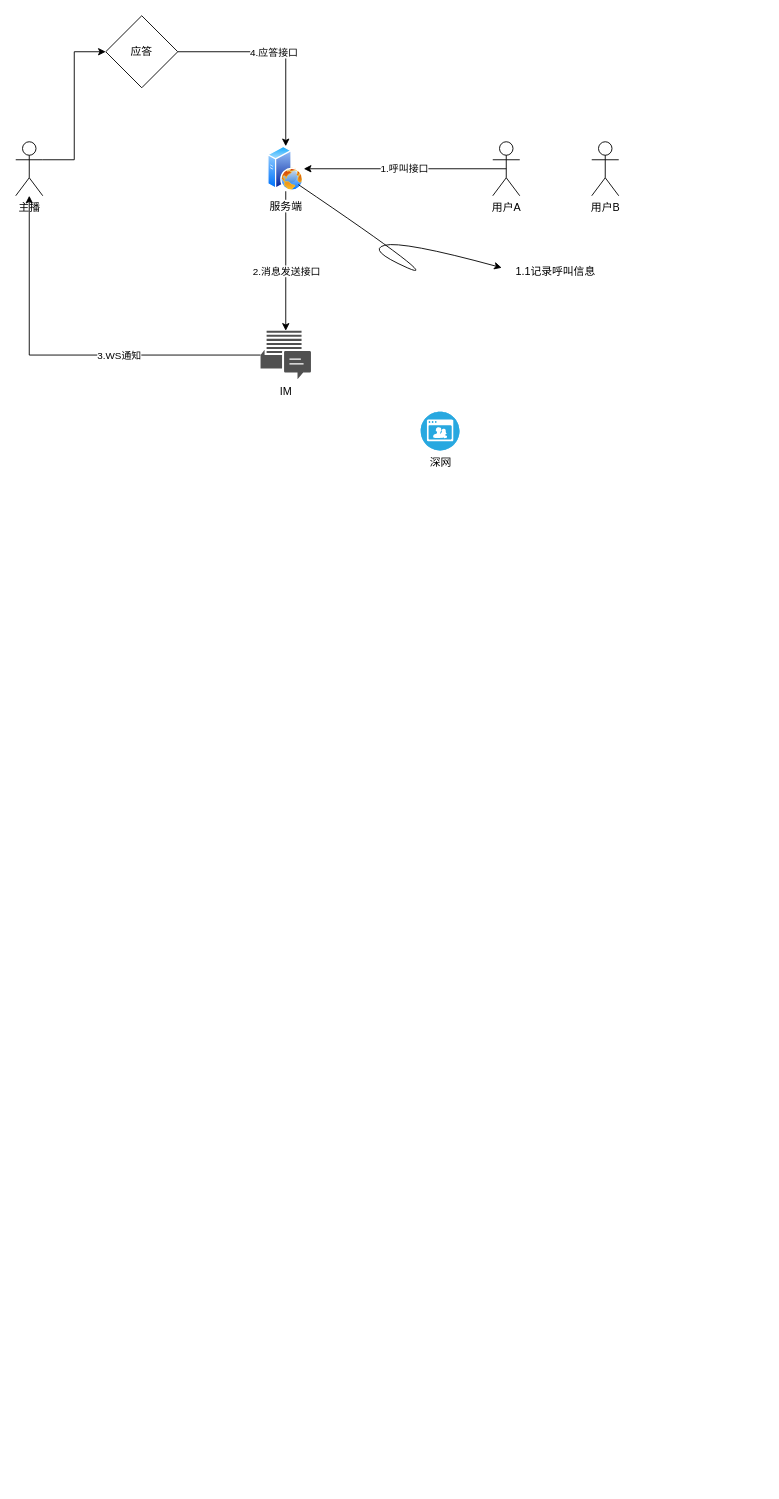
Earlier version of the draw.io diagram LiveTV.drawio (yiuked/diagram). Source tidied: cells renumbered, new cells numbered last; positions are measured from the earlier drawing's top-left corner, leaving out a move shared by most shapes. Both pictures are drawn from the tidied source at 90%, with x=0, y=0 at pixel (15, 15).
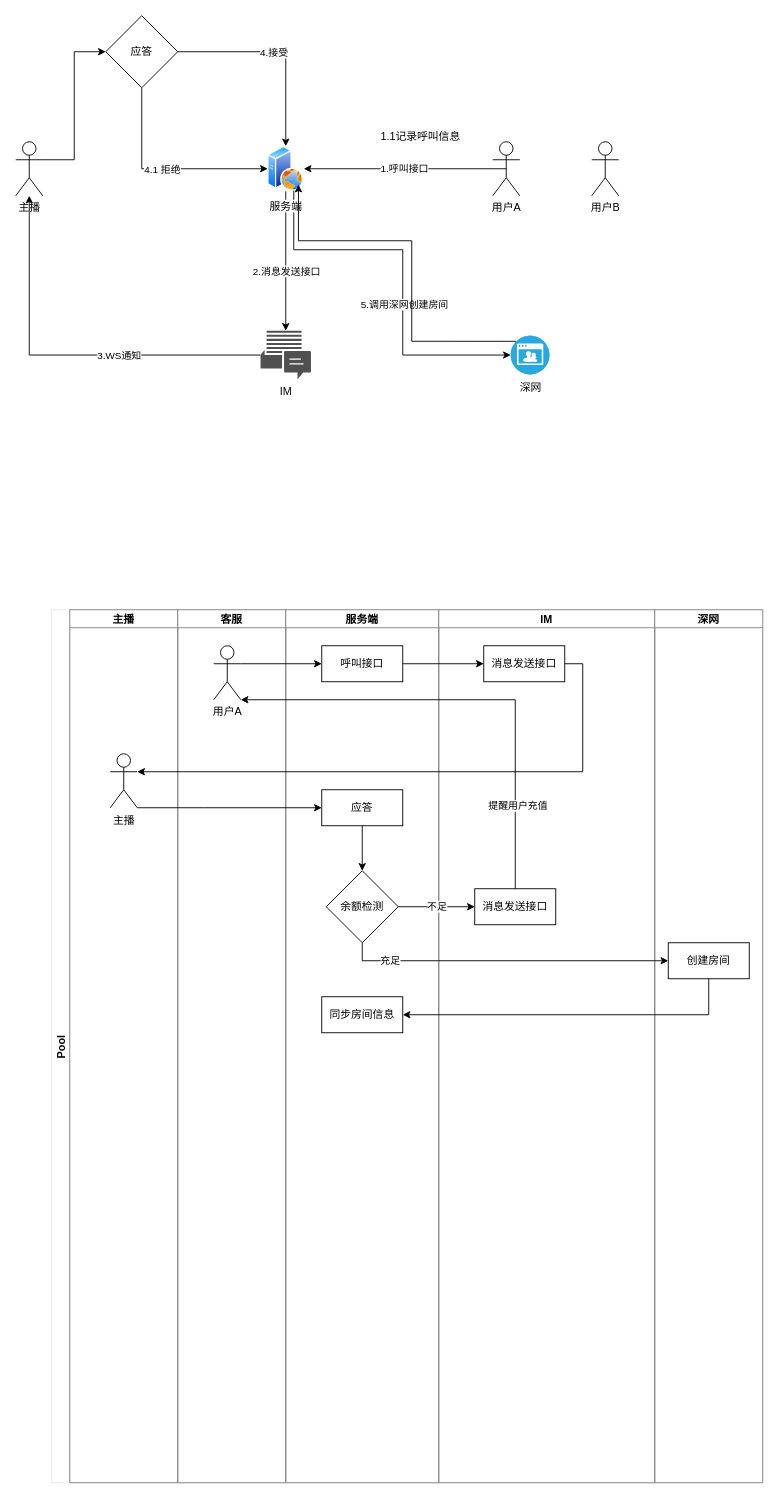
Above is the later version.

Unchanged cells that the change refers to:
```xml
<mxCell id="8" value="服务端" style="perimeter=ellipsePerimeter;html=1;align=center;shadow=0;dashed=0;spacingTop=3;image;image=img/lib/active_directory/web_server.svg;" parent="1" vertex="1">
  <mxGeometry x="280" y="145" width="40" height="50" as="geometry" />
</mxCell>
<mxCell id="14" style="edgeStyle=orthogonalEdgeStyle;rounded=0;jettySize=auto;html=1;exitX=1;exitY=0.5;exitDx=0;exitDy=0;entryX=0.5;entryY=0;entryDx=0;entryDy=0;" parent="1" edge="1" source="16" target="8">
  <mxGeometry relative="1" as="geometry" />
</mxCell>
<mxCell id="16" value="应答" style="rhombus;whiteSpace=wrap;html=1;" parent="1" vertex="1">
  <mxGeometry x="100" width="80" height="80" as="geometry" />
</mxCell>
```

What changed in the source:
```diff
@@
+    <mxCell id="19" style="edgeStyle=orthogonalEdgeStyle;rounded=0;jettySize=auto;html=1;exitX=0.75;exitY=1;exitDx=0;exitDy=0;entryX=0;entryY=0.5;entryDx=0;entryDy=0;entryPerimeter=0;" parent="1" edge="1" source="8" target="9">
+      <mxGeometry relative="1" as="geometry">
+        <Array as="points">
+          <mxPoint x="309" y="260" />
+          <mxPoint x="430" y="260" />
+          <mxPoint x="430" y="377" />
+        </Array>
+      </mxGeometry>
+    </mxCell>
+    <mxCell id="20" value="5.调用深网创建房间" style="edgeLabel;html=1;align=center;verticalAlign=middle;" parent="19" vertex="1">
+      <mxGeometry x="-0.45" y="-1" relative="1" as="geometry">
+        <mxPoint x="73" y="59" as="offset" />
+      </mxGeometry>
+    </mxCell>
@@
+    <mxCell id="21" style="edgeStyle=orthogonalEdgeStyle;rounded=0;jettySize=auto;html=1;exitX=0.145;exitY=0.145;exitDx=0;exitDy=0;exitPerimeter=0;entryX=1;entryY=1;entryDx=0;entryDy=0;" parent="1" edge="1" source="9" target="8">
+      <mxGeometry relative="1" as="geometry">
+        <Array as="points">
+          <mxPoint x="440" y="362" />
+          <mxPoint x="440" y="250" />
+          <mxPoint x="314" y="250" />
+        </Array>
+      </mxGeometry>
+    </mxCell>
     <mxCell id="9" value="深网" style="fillColor=#28A8E0;verticalLabelPosition=bottom;sketch=0;html=1;strokeColor=#ffffff;verticalAlign=top;align=center;points=[[0.145,0.145,0],[0.5,0,0],[0.855,0.145,0],[1,0.5,0],[0.855,0.855,0],[0.5,1,0],[0.145,0.855,0],[0,0.5,0]];shape=mxgraph.cisco_safe.compositeIcon;bgIcon=ellipse;resIcon=mxgraph.cisco_safe.capability.video;" parent="1" vertex="1">
-      <mxGeometry x="450" y="440" width="43" height="43" as="geometry" />
+      <mxGeometry x="550" y="355.5" width="43" height="43" as="geometry" />
     </mxCell>
@@
-    <mxCell id="15" value="4.应答接口" style="edgeLabel;html=1;align=center;verticalAlign=middle;" parent="14" vertex="1">
+    <mxCell id="15" value="4.接受" style="edgeLabel;html=1;align=center;verticalAlign=middle;" parent="14" vertex="1">
       <mxGeometry x="-0.06" relative="1" as="geometry" />
     </mxCell>
+    <mxCell id="22" style="edgeStyle=orthogonalEdgeStyle;rounded=0;jettySize=auto;html=1;exitX=0.5;exitY=1;exitDx=0;exitDy=0;entryX=0;entryY=0.5;entryDx=0;entryDy=0;" parent="1" edge="1" source="16" target="8">
+      <mxGeometry relative="1" as="geometry" />
+    </mxCell>
+    <mxCell id="23" value="4.1&amp;nbsp;拒绝" style="edgeLabel;html=1;align=center;verticalAlign=middle;" parent="22" vertex="1">
+      <mxGeometry x="-0.03" relative="1" as="geometry" />
+    </mxCell>
@@
-    <mxCell id="17" style="curved=1;endArrow=classic;html=1;rounded=0;exitX=1;exitY=1;exitDx=0;exitDy=0;" parent="1" edge="1" source="8">
-      <mxGeometry relative="1" as="geometry">
-        <mxPoint x="540" y="280" as="targetPoint" />
-        <Array as="points">
-          <mxPoint x="480" y="300" />
-          <mxPoint x="390" y="260" />
-          <mxPoint x="430" y="250" />
-        </Array>
-      </mxGeometry>
-    </mxCell>
     <mxCell id="18" value="1.1记录呼叫信息" style="text;html=1;strokeColor=none;fillColor=none;align=center;verticalAlign=middle;whiteSpace=wrap;rounded=0;" parent="1" vertex="1">
-      <mxGeometry x="550" y="270" width="100" height="30" as="geometry" />
+      <mxGeometry x="400" y="120" width="100" height="30" as="geometry" />
     </mxCell>
+    <mxCell id="24" value="Pool" style="swimlane;startSize=20;horizontal=0;strokeColor=#E6E6E6;" parent="1" vertex="1">
+      <mxGeometry x="40" y="660" width="790" height="970" as="geometry" />
+    </mxCell>
+    <mxCell id="25" value="主播" style="swimlane;startSize=20;strokeColor=#808080;" parent="24" vertex="1">
+      <mxGeometry x="20" width="120" height="970" as="geometry" />
+    </mxCell>
+    <mxCell id="26" value="主播" style="shape=umlActor;verticalLabelPosition=bottom;verticalAlign=top;html=1;outlineConnect=0;" parent="25" vertex="1">
+      <mxGeometry x="45" y="160" width="30" height="60" as="geometry" />
+    </mxCell>
+    <mxCell id="27" value="客服" style="swimlane;startSize=20;strokeColor=#808080;" parent="24" vertex="1">
+      <mxGeometry x="140" width="120" height="970" as="geometry" />
+    </mxCell>
+    <mxCell id="28" value="用户A" style="shape=umlActor;verticalLabelPosition=bottom;verticalAlign=top;html=1;outlineConnect=0;" parent="27" vertex="1">
+      <mxGeometry x="40" y="40" width="30" height="60" as="geometry" />
+    </mxCell>
+    <mxCell id="29" value="服务端" style="swimlane;startSize=20;strokeColor=#808080;" parent="24" vertex="1">
+      <mxGeometry x="260" width="170" height="970" as="geometry" />
+    </mxCell>
+    <mxCell id="30" value="呼叫接口" style="rounded=0;whiteSpace=wrap;html=1;" parent="29" vertex="1">
+      <mxGeometry x="40" y="40" width="90" height="40" as="geometry" />
+    </mxCell>
+    <mxCell id="31" style="edgeStyle=orthogonalEdgeStyle;rounded=0;jettySize=auto;html=1;exitX=0.5;exitY=1;exitDx=0;exitDy=0;entryX=0.5;entryY=0;entryDx=0;entryDy=0;" parent="29" edge="1" source="32" target="33">
+      <mxGeometry relative="1" as="geometry" />
+    </mxCell>
+    <mxCell id="32" value="应答" style="rounded=0;whiteSpace=wrap;html=1;" parent="29" vertex="1">
+      <mxGeometry x="40" y="200" width="90" height="40" as="geometry" />
+    </mxCell>
+    <mxCell id="33" value="余额检测" style="rhombus;whiteSpace=wrap;html=1;" parent="29" vertex="1">
+      <mxGeometry x="45" y="290" width="80" height="80" as="geometry" />
+    </mxCell>
+    <mxCell id="34" value="同步房间信息" style="rounded=0;whiteSpace=wrap;html=1;" parent="29" vertex="1">
+      <mxGeometry x="40" y="430" width="90" height="40" as="geometry" />
+    </mxCell>
+    <mxCell id="35" value="IM" style="swimlane;startSize=20;strokeColor=#808080;" parent="24" vertex="1">
+      <mxGeometry x="430" width="240" height="970" as="geometry" />
+    </mxCell>
+    <mxCell id="36" value="消息发送接口" style="rounded=0;whiteSpace=wrap;html=1;" parent="35" vertex="1">
+      <mxGeometry x="50" y="40" width="90" height="40" as="geometry" />
+    </mxCell>
+    <mxCell id="37" value="消息发送接口" style="rounded=0;whiteSpace=wrap;html=1;" parent="35" vertex="1">
+      <mxGeometry x="40" y="310" width="90" height="40" as="geometry" />
+    </mxCell>
+    <mxCell id="38" value="深网" style="swimlane;startSize=20;strokeColor=#808080;" parent="24" vertex="1">
+      <mxGeometry x="670" width="120" height="970" as="geometry" />
+    </mxCell>
+    <mxCell id="39" value="创建房间" style="rounded=0;whiteSpace=wrap;html=1;" parent="38" vertex="1">
+      <mxGeometry x="15" y="370" width="90" height="40" as="geometry" />
+    </mxCell>
+    <mxCell id="40" style="edgeStyle=orthogonalEdgeStyle;rounded=0;jettySize=auto;html=1;exitX=1;exitY=0.3333333333333333;exitDx=0;exitDy=0;exitPerimeter=0;entryX=0;entryY=0.5;entryDx=0;entryDy=0;" parent="24" edge="1" source="28" target="30">
+      <mxGeometry relative="1" as="geometry" />
+    </mxCell>
+    <mxCell id="41" style="edgeStyle=orthogonalEdgeStyle;rounded=0;jettySize=auto;html=1;exitX=1;exitY=0.5;exitDx=0;exitDy=0;entryX=0;entryY=0.5;entryDx=0;entryDy=0;" parent="24" edge="1" source="30" target="36">
+      <mxGeometry relative="1" as="geometry" />
+    </mxCell>
+    <mxCell id="42" style="edgeStyle=orthogonalEdgeStyle;rounded=0;jettySize=auto;html=1;exitX=1;exitY=0.5;exitDx=0;exitDy=0;entryX=1;entryY=0.3333333333333333;entryDx=0;entryDy=0;entryPerimeter=0;" parent="24" edge="1" source="36" target="26">
+      <mxGeometry relative="1" as="geometry" />
+    </mxCell>
+    <mxCell id="43" style="edgeStyle=orthogonalEdgeStyle;rounded=0;jettySize=auto;html=1;exitX=1;exitY=1;exitDx=0;exitDy=0;exitPerimeter=0;entryX=0;entryY=0.5;entryDx=0;entryDy=0;" parent="24" edge="1" source="26" target="32">
+      <mxGeometry relative="1" as="geometry">
+        <Array as="points">
+          <mxPoint x="170" y="220" />
+          <mxPoint x="170" y="220" />
+        </Array>
+      </mxGeometry>
+    </mxCell>
+    <mxCell id="44" value="不足" style="edgeStyle=orthogonalEdgeStyle;rounded=0;jettySize=auto;html=1;exitX=1;exitY=0.5;exitDx=0;exitDy=0;" parent="24" edge="1" source="33" target="37">
+      <mxGeometry relative="1" as="geometry" />
+    </mxCell>
+    <mxCell id="45" style="edgeStyle=orthogonalEdgeStyle;rounded=0;jettySize=auto;html=1;exitX=0.5;exitY=0;exitDx=0;exitDy=0;entryX=1;entryY=1;entryDx=0;entryDy=0;entryPerimeter=0;" parent="24" edge="1" source="37" target="28">
+      <mxGeometry relative="1" as="geometry">
+        <Array as="points">
+          <mxPoint x="515" y="100" />
+        </Array>
+      </mxGeometry>
+    </mxCell>
+    <mxCell id="46" value="提醒用户充值" style="edgeLabel;html=1;align=center;verticalAlign=middle;" parent="45" vertex="1">
+      <mxGeometry x="-0.64" y="-2" relative="1" as="geometry" />
+    </mxCell>
+    <mxCell id="47" style="edgeStyle=orthogonalEdgeStyle;rounded=0;jettySize=auto;html=1;exitX=0.5;exitY=1;exitDx=0;exitDy=0;entryX=0;entryY=0.5;entryDx=0;entryDy=0;" parent="24" edge="1" source="33" target="39">
+      <mxGeometry relative="1" as="geometry" />
+    </mxCell>
+    <mxCell id="48" value="充足" style="edgeLabel;html=1;align=center;verticalAlign=middle;" parent="47" vertex="1">
+      <mxGeometry x="-0.72" y="1" relative="1" as="geometry" />
+    </mxCell>
+    <mxCell id="49" style="edgeStyle=orthogonalEdgeStyle;rounded=0;jettySize=auto;html=1;exitX=0.5;exitY=1;exitDx=0;exitDy=0;entryX=1;entryY=0.5;entryDx=0;entryDy=0;" parent="24" edge="1" source="39" target="34">
+      <mxGeometry relative="1" as="geometry" />
+    </mxCell>
```
